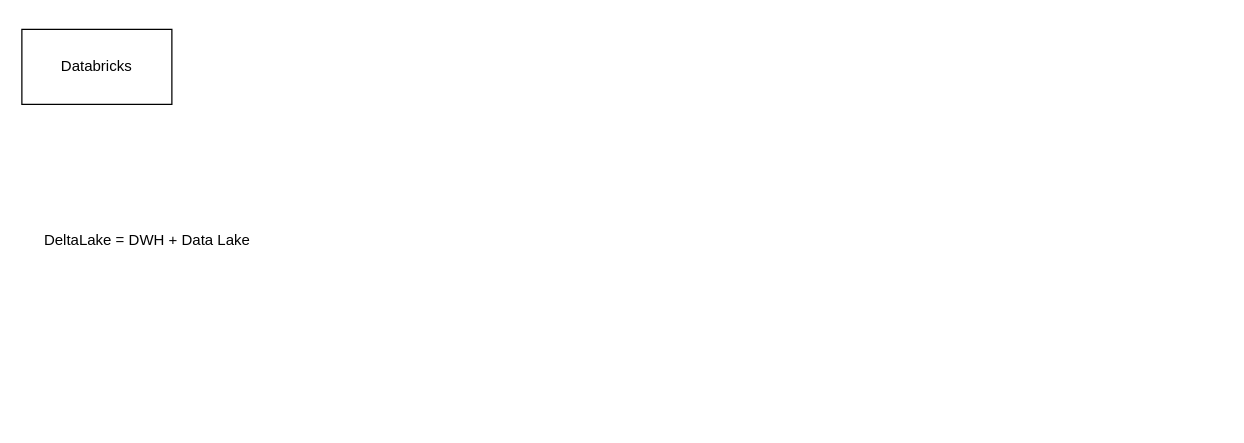
This is Databricks.drawio from agrazh/de-diagrams, a draw.io file, before an edit. Source tidied: cells renumbered, new cells numbered last; positions are measured from the earlier drawing's top-left corner, leaving out a move shared by most shapes. Both pictures are drawn from the tidied source at 125%, with x=0, y=0 at pixel (21, 29). Pictures stored in the file or linked from it are replaced by grey dashed boxes.
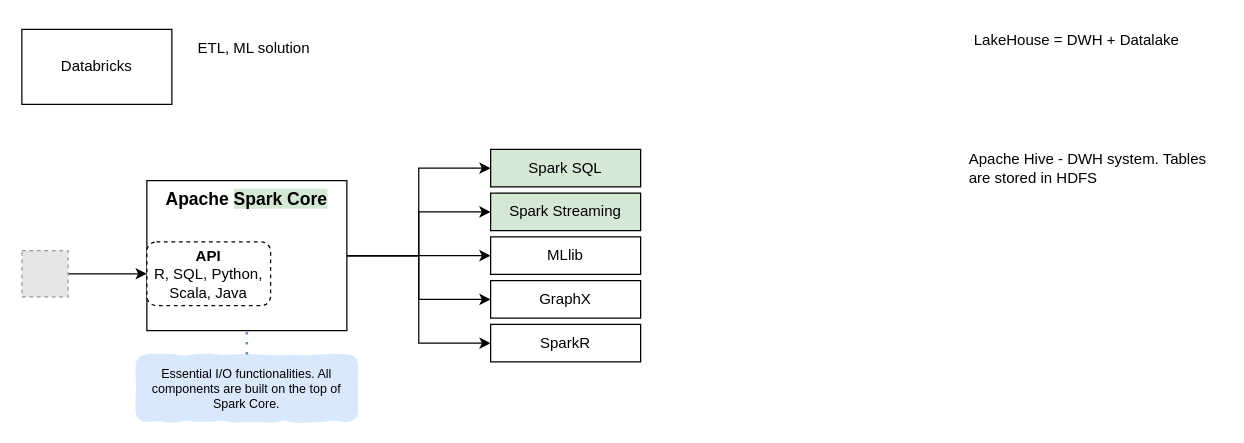
The same diagram, later.

Change to the diagram source:
```diff
@@
-    <mxCell id="3" value="DeltaLake = DWH + Data Lake" style="text;html=1;strokeColor=none;fillColor=none;align=center;verticalAlign=middle;whiteSpace=wrap;rounded=0;" parent="1" vertex="1">
-      <mxGeometry y="148" width="201" height="41" as="geometry" />
+    <mxCell id="3" value="Apache Hive - DWH system. Tables are stored in HDFS" style="text;html=1;strokeColor=none;fillColor=none;align=left;verticalAlign=middle;whiteSpace=wrap;rounded=0;" parent="1" vertex="1">
+      <mxGeometry x="756" y="96" width="200" height="30" as="geometry" />
     </mxCell>
+    <mxCell id="4" value="ETL, ML solution " style="text;html=1;strokeColor=none;fillColor=none;align=left;verticalAlign=middle;whiteSpace=wrap;rounded=0;" parent="1" vertex="1">
+      <mxGeometry x="139" width="100" height="30" as="geometry" />
+    </mxCell>
+    <mxCell id="5" style="edgeStyle=orthogonalEdgeStyle;rounded=0;jettySize=auto;html=1;exitX=1;exitY=0.5;exitDx=0;exitDy=0;entryX=0;entryY=0.5;entryDx=0;entryDy=0;" parent="1" edge="1" source="17" target="12">
+      <mxGeometry relative="1" as="geometry" />
+    </mxCell>
+    <mxCell id="6" style="edgeStyle=orthogonalEdgeStyle;rounded=0;jettySize=auto;html=1;exitX=1;exitY=0.5;exitDx=0;exitDy=0;entryX=0;entryY=0.5;entryDx=0;entryDy=0;" parent="1" edge="1" source="17" target="13">
+      <mxGeometry relative="1" as="geometry" />
+    </mxCell>
+    <mxCell id="7" style="edgeStyle=orthogonalEdgeStyle;rounded=0;jettySize=auto;html=1;exitX=1;exitY=0.5;exitDx=0;exitDy=0;entryX=0;entryY=0.5;entryDx=0;entryDy=0;" parent="1" edge="1" source="17" target="14">
+      <mxGeometry relative="1" as="geometry" />
+    </mxCell>
+    <mxCell id="8" style="edgeStyle=orthogonalEdgeStyle;rounded=0;jettySize=auto;html=1;exitX=1;exitY=0.5;exitDx=0;exitDy=0;entryX=0;entryY=0.5;entryDx=0;entryDy=0;" parent="1" edge="1" source="17" target="22">
+      <mxGeometry relative="1" as="geometry" />
+    </mxCell>
+    <mxCell id="9" style="edgeStyle=orthogonalEdgeStyle;rounded=0;jettySize=auto;html=1;exitX=1;exitY=0.5;exitDx=0;exitDy=0;entryX=0;entryY=0.5;entryDx=0;entryDy=0;" parent="1" edge="1" source="17" target="15">
+      <mxGeometry relative="1" as="geometry" />
+    </mxCell>
+    <mxCell id="10" style="edgeStyle=orthogonalEdgeStyle;rounded=0;jettySize=auto;html=1;exitX=1;exitY=0.5;exitDx=0;exitDy=0;entryX=0;entryY=0.5;entryDx=0;entryDy=0;" parent="1" edge="1" source="11" target="18">
+      <mxGeometry relative="1" as="geometry" />
+    </mxCell>
+    <mxCell id="11" style="fillColor=#E6E6E6;strokeColor=#999999;dashed=1;html=1;verticalAlign=top;verticalLabelPosition=bottom;labelBackgroundColor=#ffffff;" parent="1" vertex="1">
+      <mxGeometry y="177" width="37" height="37" as="geometry" />
+    </mxCell>
+    <mxCell id="12" value="Spark SQL" style="rounded=0;whiteSpace=wrap;html=1;glass=0;shadow=0;gradientColor=none;fillStyle=solid;fillColor=#D5E8D4;" parent="1" vertex="1">
+      <mxGeometry x="375" y="96" width="120" height="30" as="geometry" />
+    </mxCell>
+    <mxCell id="13" value="Spark Streaming" style="rounded=0;whiteSpace=wrap;html=1;fillColor=#D5E8D4;" parent="1" vertex="1">
+      <mxGeometry x="375" y="131" width="120" height="30" as="geometry" />
+    </mxCell>
+    <mxCell id="14" value="MLlib" style="rounded=0;whiteSpace=wrap;html=1;" parent="1" vertex="1">
+      <mxGeometry x="375" y="166" width="120" height="30" as="geometry" />
+    </mxCell>
+    <mxCell id="15" value="SparkR" style="rounded=0;whiteSpace=wrap;html=1;" parent="1" vertex="1">
+      <mxGeometry x="375" y="236" width="120" height="30" as="geometry" />
+    </mxCell>
+    <mxCell id="16" style="group;" parent="1" vertex="1">
+      <mxGeometry x="100" y="121" width="160" height="120" as="geometry" />
+    </mxCell>
+    <mxCell id="17" value="&lt;font size=&quot;1&quot;&gt;&lt;b style=&quot;font-size: 14px;&quot;&gt;Apache &lt;span style=&quot;background-color: rgb(213, 232, 212);&quot;&gt;Spark Core&lt;/span&gt;&lt;/b&gt;&lt;/font&gt;" style="rounded=0;whiteSpace=wrap;html=1;verticalAlign=top;" parent="16" vertex="1">
+      <mxGeometry width="160" height="120" as="geometry" />
+    </mxCell>
+    <mxCell id="18" value="&lt;b&gt;&lt;font style=&quot;font-size: 12px;&quot;&gt;API&lt;/font&gt;&lt;/b&gt;&lt;br&gt;R, SQL, Python, Scala, Java" style="rounded=1;whiteSpace=wrap;html=1;dashed=1;" parent="16" vertex="1">
+      <mxGeometry y="49" width="99" height="51" as="geometry" />
+    </mxCell>
+    <mxCell id="19" value="LakeHouse = DWH + Datalake" style="text;html=1;strokeColor=none;fillColor=none;align=left;verticalAlign=middle;whiteSpace=wrap;rounded=0;" parent="1" vertex="1">
+      <mxGeometry x="760" y="-6" width="200" height="30" as="geometry" />
+    </mxCell>
+    <mxCell id="20" value="Essential I/O functionalities. All components are built on the top of Spark Core." style="text;html=1;strokeColor=none;fillColor=#dae8fc;align=center;verticalAlign=middle;whiteSpace=wrap;rounded=1;labelBorderColor=none;glass=0;fontSize=10;comic=1;absoluteArcSize=0;arcSize=18;" parent="1" vertex="1">
+      <mxGeometry x="91" y="260" width="178" height="54" as="geometry" />
+    </mxCell>
+    <mxCell id="21" style="endArrow=none;dashed=1;html=1;dashPattern=1 3;strokeWidth=2;rounded=0;exitX=0.5;exitY=0;exitDx=0;exitDy=0;entryX=0.5;entryY=1;entryDx=0;entryDy=0;fillColor=#dae8fc;strokeColor=#6c8ebf;" parent="1" edge="1" source="20" target="17">
+      <mxGeometry relative="1" as="geometry" />
+    </mxCell>
+    <mxCell id="22" value="GraphX" style="rounded=0;whiteSpace=wrap;html=1;" parent="1" vertex="1">
+      <mxGeometry x="375" y="201" width="120" height="30" as="geometry" />
+    </mxCell>
+    <mxCell id="23" parent="0" />
```
